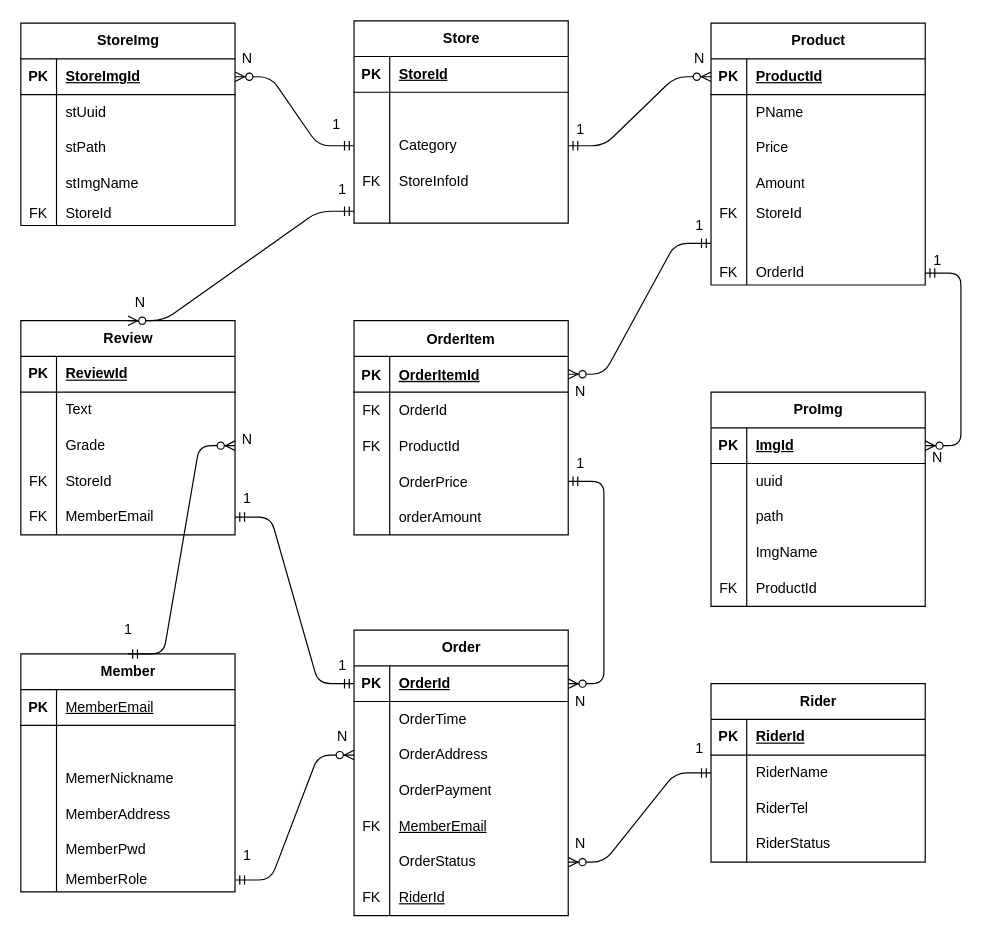
brian110326/sijangtong keeps this draw.io diagram as target/classes/com/example/sijangtong/erd/sijangtong.drawio. Above is the earlier version. Source tidied: cells renumbered, new cells numbered last; positions are measured from the earlier drawing's top-left corner, leaving out a move shared by most shapes. Both pictures are drawn from the tidied source at 119%, with x=0, y=0 at pixel (20, 20).
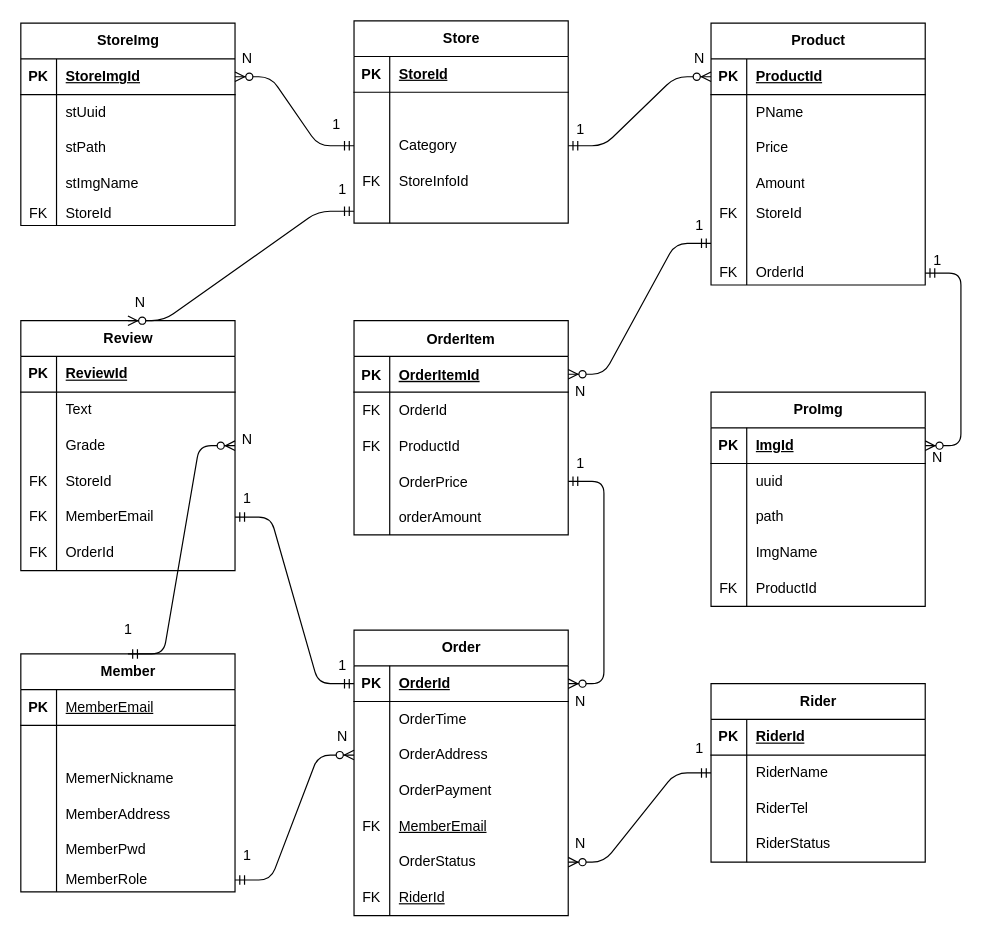
After the change.

The edit, as a diff of the source:
```diff
@@
     <mxCell id="81" value="Review" style="shape=table;startSize=30;childLayout=tableLayout;rowLines=0;fontStyle=1;align=center;html=1;" parent="1" vertex="1">
-      <mxGeometry y="252" width="180" height="180" as="geometry" />
+      <mxGeometry y="252" width="180" height="210" as="geometry" />
     </mxCell>
@@
+    <mxCell id="188" style="shape=tableRow;horizontal=0;startSize=0;swimlaneHead=0;swimlaneBody=0;fillColor=none;top=0;left=0;right=0;bottom=0;" parent="81" vertex="1">
+      <mxGeometry y="180" width="180" height="30" as="geometry" />
+    </mxCell>
+    <mxCell id="189" value="FK" style="shape=partialRectangle;fillColor=none;top=0;left=0;bottom=0;right=0;overflow=hidden;whiteSpace=wrap;html=1;" parent="188" vertex="1">
+      <mxGeometry width="30" height="30" as="geometry" />
+    </mxCell>
+    <mxCell id="190" value="OrderId" style="shape=partialRectangle;fillColor=none;top=0;left=0;bottom=0;right=0;align=left;spacingLeft=6;overflow=hidden;whiteSpace=wrap;html=1;" parent="188" vertex="1">
+      <mxGeometry x="30" width="150" height="30" as="geometry" />
+    </mxCell>
```
